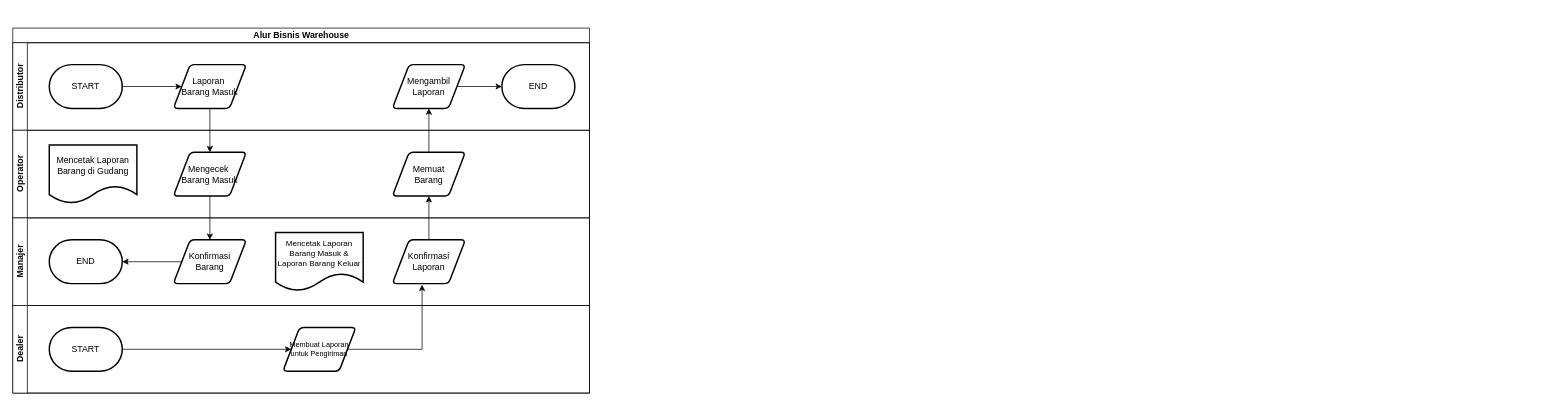
reftack21/TUBESALPROKEL5 keeps this draw.io diagram as Alur Bisnis Warehouse.drawio. Above is the earlier version. Source tidied: cells renumbered, new cells numbered last; positions are measured from the earlier drawing's top-left corner, leaving out a move shared by most shapes. Both pictures are drawn from the tidied source at 73%, with x=0, y=0 at pixel (12, 28).
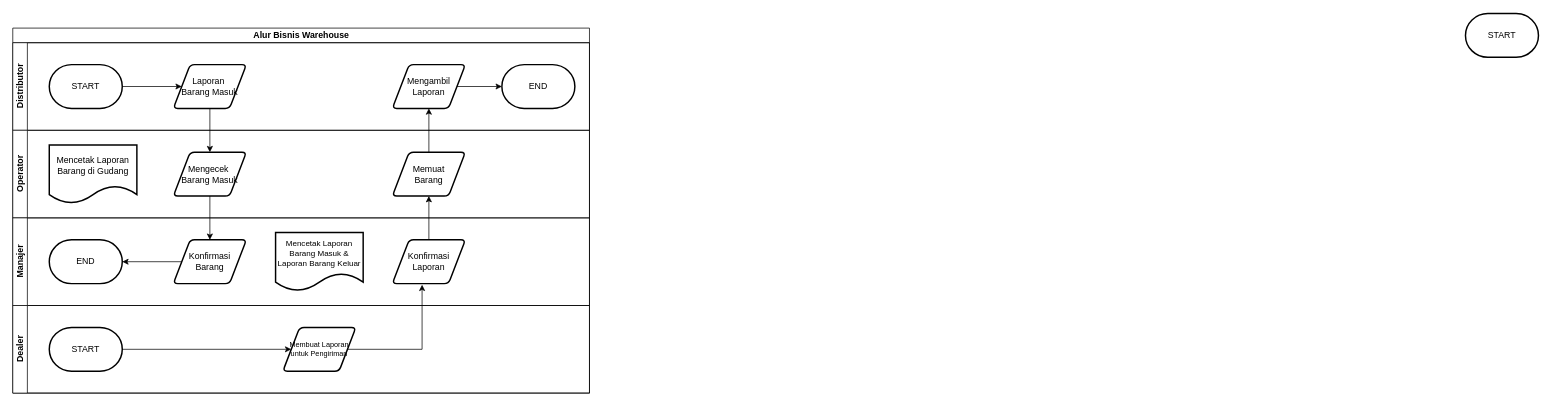
The same page after the edit.

Commit message:
Memulai Flowchart

The edit, as a diff of the source:
```diff
@@
+    <mxCell id="29" value="START" style="strokeWidth=2;html=1;shape=mxgraph.flowchart.terminator;whiteSpace=wrap;" parent="1" vertex="1">
+      <mxGeometry x="1990" y="-20" width="100" height="60" as="geometry" />
+    </mxCell>
```
